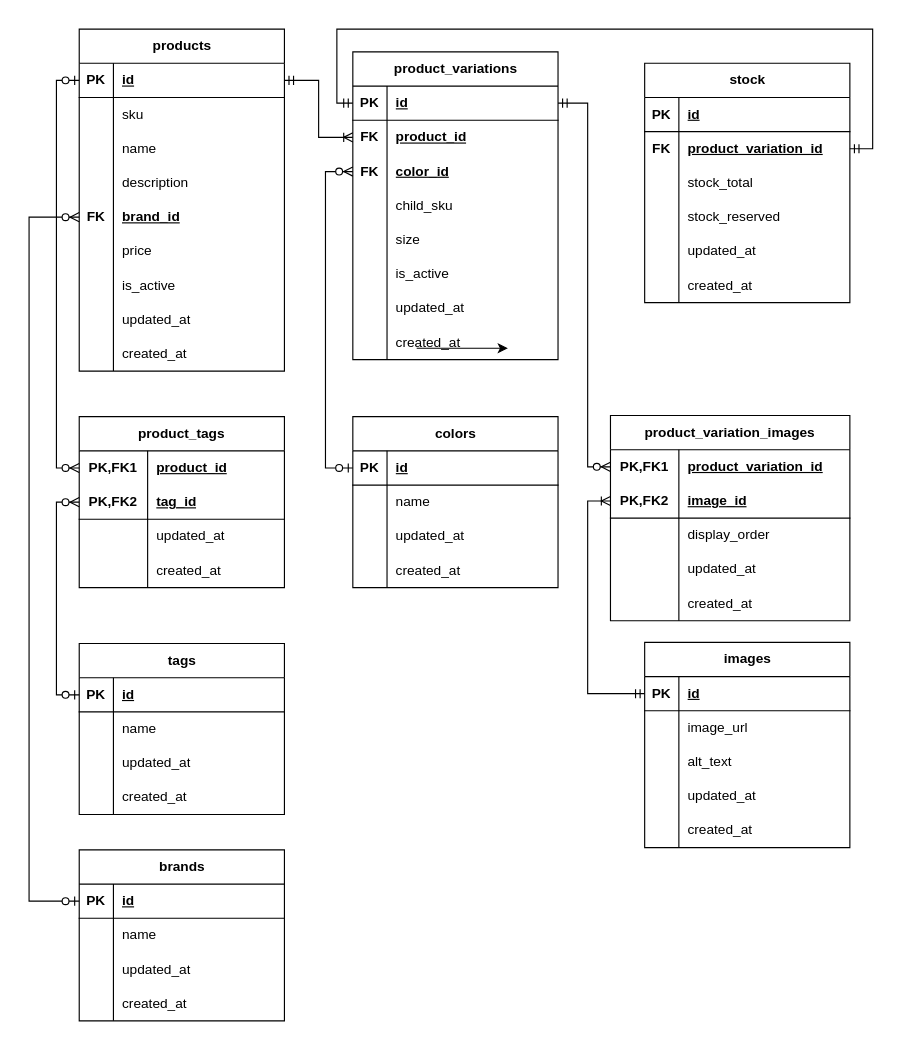
The draw.io diagram docs/products_erd.drawio in jmlandi/products-api, before the edit. Source tidied: cells renumbered, new cells numbered last; positions are measured from the earlier drawing's top-left corner, leaving out a move shared by most shapes. Both pictures are drawn from the tidied source at 114%, with x=0, y=0 at pixel (28, 28).
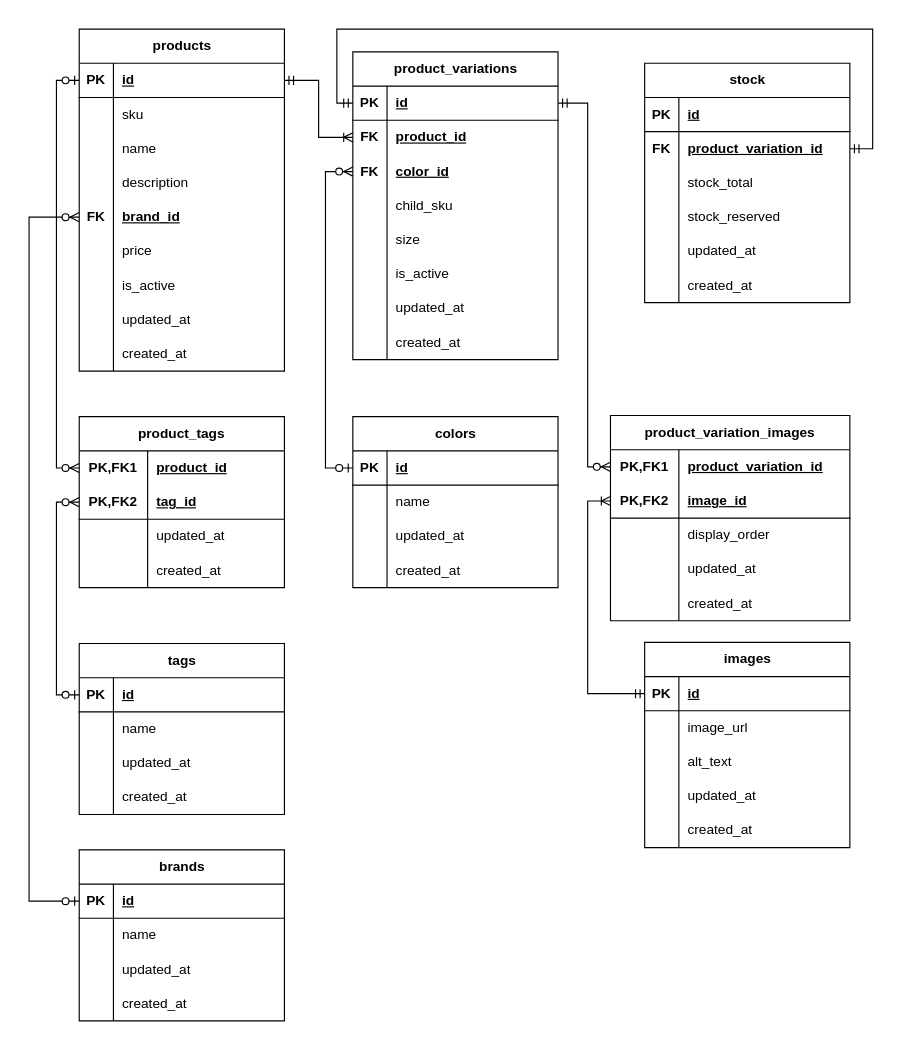
The same page after the edit.

Commit message (it also covers changes not shown here):
fix: erd background

Diff of the diagram source:
```diff
@@
-<mxGraphModel>
+<mxGraphModel background="#FFFFFF">
@@
-    <mxCell id="166" style="edgeStyle=none;orthogonalLoop=1;jettySize=auto;html=1;rounded=0;" parent="1" edge="1">
-      <mxGeometry relative="1" as="geometry">
-        <mxPoint x="340" y="280" as="sourcePoint" />
-        <mxPoint x="420" y="280" as="targetPoint" />
-      </mxGeometry>
-    </mxCell>
```
